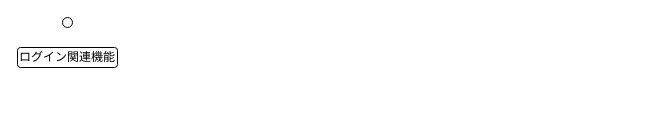
The draw.io diagram Untitled Diagram.drawio in FukuokaIruka/public, before the edit. Source tidied: cells renumbered, new cells numbered last; positions are measured from the earlier drawing's top-left corner, leaving out a move shared by most shapes. Both pictures are drawn from the tidied source at 100%, with x=0, y=0 at pixel (17, 17).
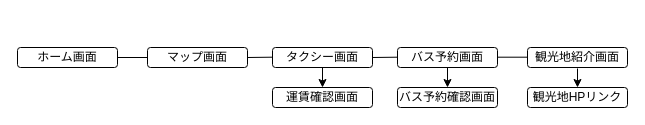
The same page after the edit.

Change to the diagram source:
```diff
@@
-    <mxCell id="2" value="ログイン関連機能" style="rounded=1;whiteSpace=wrap;html=1;" parent="1" vertex="1">
+    <mxCell id="2" value="ホーム画面" style="rounded=1;whiteSpace=wrap;html=1;" parent="1" vertex="1">
       <mxGeometry y="30" width="100" height="20" as="geometry" />
     </mxCell>
-    <mxCell id="3" style="ellipse;whiteSpace=wrap;html=1;" parent="1" vertex="1">
-      <mxGeometry x="45" width="10" height="10" as="geometry" />
-    </mxCell>
+    <mxCell id="4" value="マップ画面" style="rounded=1;whiteSpace=wrap;html=1;" parent="1" vertex="1">
+      <mxGeometry x="130" y="30" width="100" height="20" as="geometry" />
+    </mxCell>
+    <mxCell id="5" value="タクシー画面" style="rounded=1;whiteSpace=wrap;html=1;" parent="1" vertex="1">
+      <mxGeometry x="255" y="30" width="100" height="20" as="geometry" />
+    </mxCell>
+    <mxCell id="6" value="バス予約画面" style="rounded=1;whiteSpace=wrap;html=1;" parent="1" vertex="1">
+      <mxGeometry x="380" y="30" width="100" height="20" as="geometry" />
+    </mxCell>
+    <mxCell id="7" value="観光地紹介画面" style="rounded=1;whiteSpace=wrap;html=1;" parent="1" vertex="1">
+      <mxGeometry x="510" y="30" width="100" height="20" as="geometry" />
+    </mxCell>
+    <mxCell id="8" value="バス予約確認画面" style="rounded=1;whiteSpace=wrap;html=1;" parent="1" vertex="1">
+      <mxGeometry x="380" y="70" width="100" height="20" as="geometry" />
+    </mxCell>
+    <mxCell id="9" style="endArrow=classic;html=1;rounded=0;exitX=0.5;exitY=1;exitDx=0;exitDy=0;" parent="1" edge="1" source="6" target="8">
+      <mxGeometry relative="1" as="geometry" />
+    </mxCell>
+    <mxCell id="10" style="endArrow=none;html=1;rounded=0;exitX=1;exitY=0.5;exitDx=0;exitDy=0;entryX=0;entryY=0.5;entryDx=0;entryDy=0;" parent="1" edge="1" source="2" target="4">
+      <mxGeometry relative="1" as="geometry" />
+    </mxCell>
+    <mxCell id="11" style="endArrow=none;html=1;rounded=0;entryX=0;entryY=0.5;entryDx=0;entryDy=0;" parent="1" edge="1">
+      <mxGeometry relative="1" as="geometry">
+        <mxPoint x="230" y="40" as="sourcePoint" />
+        <mxPoint x="255" y="39.7" as="targetPoint" />
+      </mxGeometry>
+    </mxCell>
+    <mxCell id="12" style="endArrow=none;html=1;rounded=0;entryX=0;entryY=0.5;entryDx=0;entryDy=0;exitX=1;exitY=0.5;exitDx=0;exitDy=0;" parent="1" edge="1" source="5">
+      <mxGeometry relative="1" as="geometry">
+        <mxPoint x="380" y="39.7" as="targetPoint" />
+      </mxGeometry>
+    </mxCell>
+    <mxCell id="13" style="endArrow=none;html=1;rounded=0;exitX=1;exitY=0.5;exitDx=0;exitDy=0;entryX=0;entryY=0.5;entryDx=0;entryDy=0;" parent="1" edge="1">
+      <mxGeometry relative="1" as="geometry">
+        <mxPoint x="480" y="39.7" as="sourcePoint" />
+        <mxPoint x="510" y="39.7" as="targetPoint" />
+      </mxGeometry>
+    </mxCell>
+    <mxCell id="14" value="観光地HPリンク" style="rounded=1;whiteSpace=wrap;html=1;" parent="1" vertex="1">
+      <mxGeometry x="510" y="70" width="100" height="20" as="geometry" />
+    </mxCell>
+    <mxCell id="15" style="endArrow=classic;html=1;rounded=0;" parent="1" edge="1" target="14">
+      <mxGeometry relative="1" as="geometry">
+        <mxPoint x="560" y="51" as="sourcePoint" />
+      </mxGeometry>
+    </mxCell>
+    <mxCell id="16" value="運賃確認画面" style="rounded=1;whiteSpace=wrap;html=1;" parent="1" vertex="1">
+      <mxGeometry x="255" y="70" width="100" height="20" as="geometry" />
+    </mxCell>
+    <mxCell id="17" style="endArrow=classic;html=1;rounded=0;exitX=0.5;exitY=1;exitDx=0;exitDy=0;entryX=0.5;entryY=0;entryDx=0;entryDy=0;" parent="1" edge="1" source="5" target="16">
+      <mxGeometry relative="1" as="geometry" />
+    </mxCell>
```
